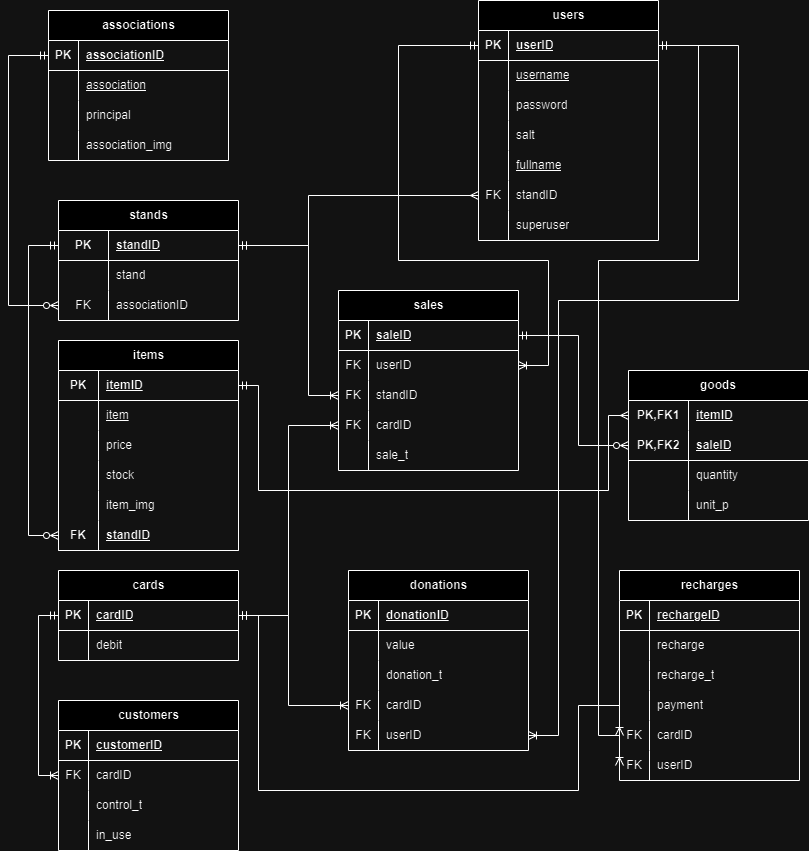
This is Diagrama_relação_entidade.png from Matheus-Teruo/Store_control, a draw.io export, as it was before one commit. Source tidied: cells renumbered, new cells last; positions are measured from the earlier drawing's top-left corner, leaving out a move shared by most shapes.
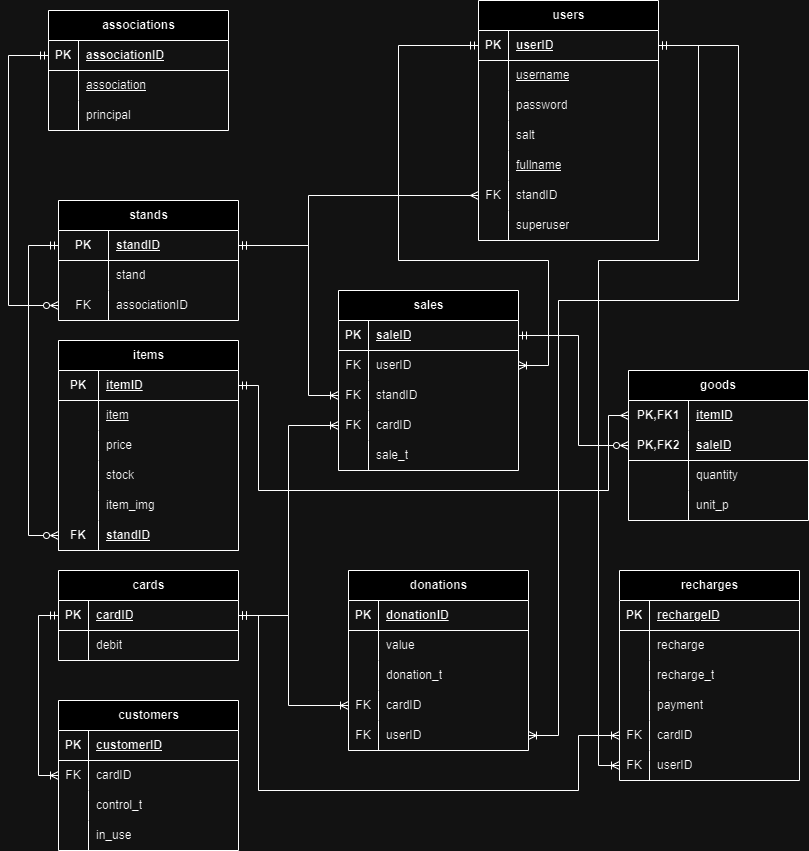
After the change.

Change to the diagram source:
```diff
@@ -220,7 +220,7 @@
       <mxGeometry x="30" width="150" height="30" as="geometry" />
     </mxCell>
     <mxCell id="71" value="associations" style="shape=table;startSize=30;rowLines=0;fontStyle=1;align=center;html=1;" parent="1" vertex="1">
-      <mxGeometry x="40" y="10" width="180" height="150" as="geometry" />
+      <mxGeometry x="40" y="10" width="180" height="120" as="geometry" />
     </mxCell>
     <mxCell id="72" style="shape=tableRow;horizontal=0;startSize=0;swimlaneHead=0;swimlaneBody=0;fillColor=none;points=[[0,0.5],[1,0.5]];portConstraint=eastwest;top=0;left=0;right=0;bottom=1;" parent="71" vertex="1">
       <mxGeometry y="30" width="180" height="30" as="geometry" />
@@ -249,15 +249,6 @@
     <mxCell id="80" value="principal" style="shape=partialRectangle;fillColor=none;top=0;left=0;bottom=0;right=0;align=left;spacingLeft=6;overflow=hidden;whiteSpace=wrap;html=1;" parent="78" vertex="1">
       <mxGeometry x="30" width="150" height="30" as="geometry" />
     </mxCell>
-    <mxCell id="81" style="shape=tableRow;horizontal=0;startSize=0;swimlaneHead=0;swimlaneBody=0;fillColor=none;top=0;left=0;right=0;bottom=0;" parent="71" vertex="1">
-      <mxGeometry y="120" width="180" height="30" as="geometry" />
-    </mxCell>
-    <mxCell id="82" style="shape=partialRectangle;fillColor=none;top=0;left=0;bottom=0;right=0;overflow=hidden;whiteSpace=wrap;html=1;" parent="81" vertex="1">
-      <mxGeometry width="30" height="30" as="geometry" />
-    </mxCell>
-    <mxCell id="83" value="association_img" style="shape=partialRectangle;fillColor=none;top=0;left=0;bottom=0;right=0;align=left;spacingLeft=6;overflow=hidden;whiteSpace=wrap;html=1;" parent="81" vertex="1">
-      <mxGeometry x="30" width="150" height="30" as="geometry" />
-    </mxCell>
     <mxCell id="84" style="edgeStyle=orthogonalEdgeStyle;rounded=0;jettySize=auto;html=1;entryX=0;entryY=0.5;entryDx=0;entryDy=0;startArrow=ERzeroToMany;startFill=0;endArrow=ERmandOne;endFill=0;exitX=0;exitY=0.5;exitDx=0;exitDy=0;" parent="1" edge="1" source="31" target="72">
       <mxGeometry relative="1" as="geometry">
         <Array as="points">
@@ -481,7 +472,7 @@
     <mxCell id="146" style="edgeStyle=orthogonalEdgeStyle;rounded=0;jettySize=auto;html=1;exitX=0;exitY=0.5;exitDx=0;exitDy=0;entryX=1;entryY=0.5;entryDx=0;entryDy=0;startArrow=ERoneToMany;startFill=0;endArrow=ERmandOne;endFill=0;" parent="1" edge="1" source="140" target="103">
       <mxGeometry relative="1" as="geometry">
         <Array as="points">
-          <mxPoint x="570" y="705" />
+          <mxPoint x="570" y="735" />
           <mxPoint x="570" y="790" />
           <mxPoint x="250" y="790" />
           <mxPoint x="250" y="615" />
@@ -491,7 +482,7 @@
     <mxCell id="147" style="edgeStyle=orthogonalEdgeStyle;rounded=0;jettySize=auto;html=1;exitX=0;exitY=0.5;exitDx=0;exitDy=0;entryX=1;entryY=0.5;entryDx=0;entryDy=0;startArrow=ERoneToMany;startFill=0;endArrow=ERmandOne;endFill=0;" parent="1" edge="1" source="143" target="3">
       <mxGeometry relative="1" as="geometry">
         <Array as="points">
-          <mxPoint x="590" y="735" />
+          <mxPoint x="590" y="765" />
           <mxPoint x="590" y="260" />
           <mxPoint x="690" y="260" />
           <mxPoint x="690" y="45" />
```
